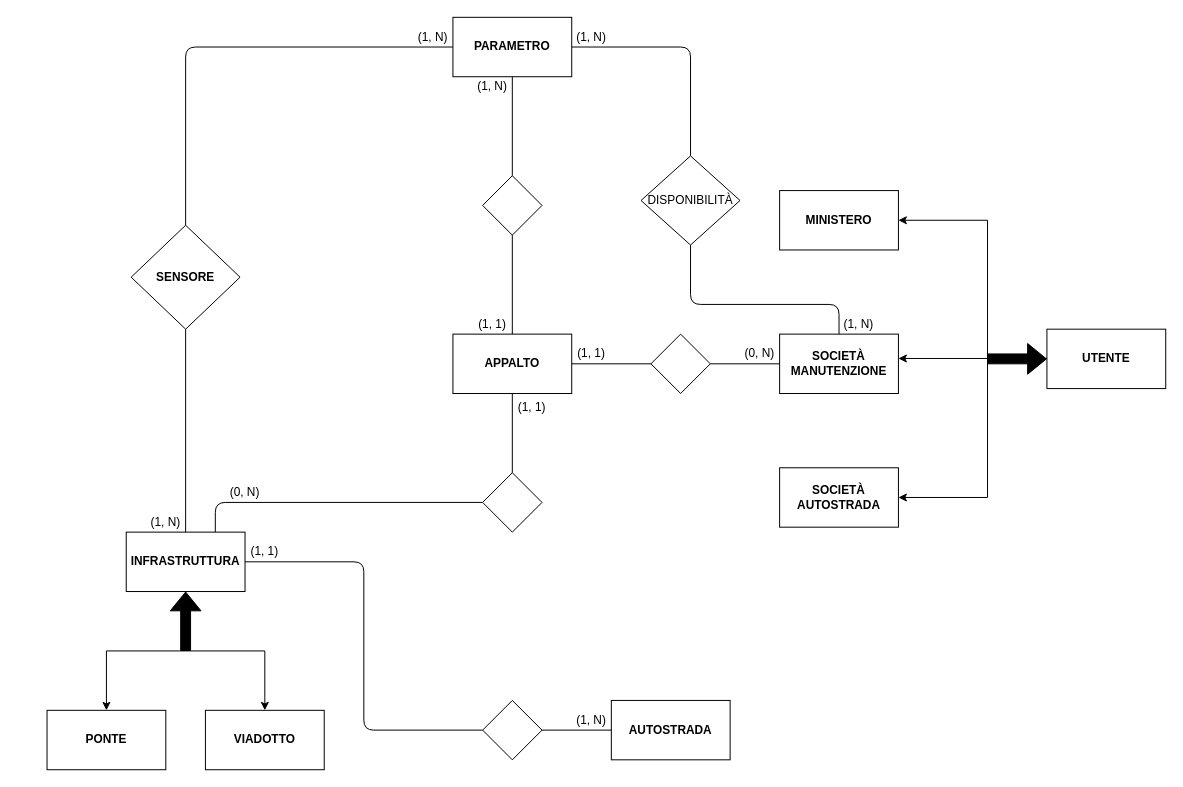
This is schemi/er/ER.drawio from LBartolini/Maturita2021, a draw.io file, before an edit. Source tidied: cells renumbered, new cells numbered last; positions are measured from the earlier drawing's top-left corner, leaving out a move shared by most shapes. Both pictures are drawn from the tidied source at 99%, with x=0, y=0 at pixel (47, 17).
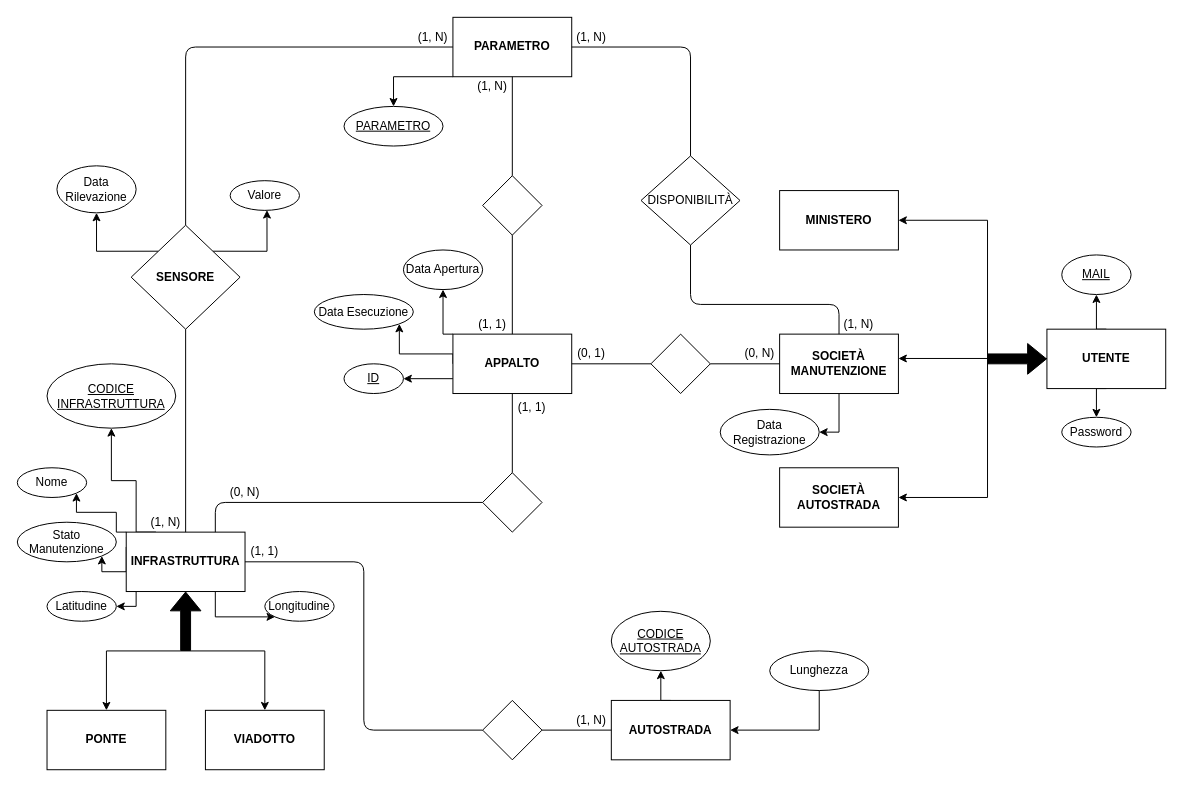
The same page after the edit.

Commit message (it also covers changes not shown here):
aggiunti attributi a schema ER

Unchanged cells that the change refers to:
```xml
<mxCell id="2" style="rounded=0;whiteSpace=wrap;html=1;" parent="1" vertex="1">
  <mxGeometry x="80" y="520" width="120" height="60" as="geometry" />
</mxCell>
<mxCell id="12" style="rounded=0;whiteSpace=wrap;html=1;" parent="1" vertex="1">
  <mxGeometry x="1010" y="315" width="120" height="60" as="geometry" />
</mxCell>
<mxCell id="15" style="rounded=0;whiteSpace=wrap;html=1;comic=0;" parent="1" vertex="1">
  <mxGeometry x="740" y="320" width="120" height="60" as="geometry" />
</mxCell>
<mxCell id="21" value="&lt;b&gt;APPALTO&lt;/b&gt;" style="rounded=0;whiteSpace=wrap;html=1;comic=0;" parent="1" vertex="1">
  <mxGeometry x="410" y="320" width="120" height="60" as="geometry" />
</mxCell>
<mxCell id="22" style="rounded=0;whiteSpace=wrap;html=1;comic=0;" parent="1" vertex="1">
  <mxGeometry x="570" y="690" width="120" height="60" as="geometry" />
</mxCell>
<mxCell id="29" value="&lt;b&gt;PARAMETRO&lt;/b&gt;" style="rounded=0;whiteSpace=wrap;html=1;comic=0;" parent="1" vertex="1">
  <mxGeometry x="410" width="120" height="60" as="geometry" />
</mxCell>
<mxCell id="57" style="rhombus;whiteSpace=wrap;html=1;rounded=0;comic=0;" parent="1" vertex="1">
  <mxGeometry x="85" y="210" width="110" height="105" as="geometry" />
</mxCell>
```

What changed in the source:
```diff
@@
+    <mxCell id="61" style="edgeStyle=orthogonalEdgeStyle;rounded=0;jettySize=auto;html=1;exitX=0;exitY=0;exitDx=0;exitDy=0;entryX=1;entryY=1;entryDx=0;entryDy=0;" parent="1" edge="1" source="2" target="78">
+      <mxGeometry relative="1" as="geometry">
+        <Array as="points">
+          <mxPoint x="70" y="520" />
+          <mxPoint x="70" y="500" />
+          <mxPoint x="30" y="500" />
+        </Array>
+      </mxGeometry>
+    </mxCell>
+    <mxCell id="62" style="edgeStyle=orthogonalEdgeStyle;rounded=0;jettySize=auto;html=1;exitX=0;exitY=0.25;exitDx=0;exitDy=0;entryX=1;entryY=1;entryDx=0;entryDy=0;" parent="1" edge="1" source="2" target="79">
+      <mxGeometry relative="1" as="geometry">
+        <Array as="points">
+          <mxPoint x="80" y="560" />
+          <mxPoint x="55" y="560" />
+        </Array>
+      </mxGeometry>
+    </mxCell>
+    <mxCell id="63" style="edgeStyle=orthogonalEdgeStyle;rounded=0;jettySize=auto;html=1;exitX=0;exitY=1;exitDx=0;exitDy=0;entryX=1;entryY=0.5;entryDx=0;entryDy=0;" parent="1" edge="1" source="2" target="81">
+      <mxGeometry relative="1" as="geometry">
+        <Array as="points">
+          <mxPoint x="90" y="580" />
+          <mxPoint x="90" y="595" />
+        </Array>
+      </mxGeometry>
+    </mxCell>
+    <mxCell id="64" style="edgeStyle=orthogonalEdgeStyle;rounded=0;jettySize=auto;html=1;exitX=0.75;exitY=1;exitDx=0;exitDy=0;entryX=0;entryY=1;entryDx=0;entryDy=0;" parent="1" edge="1" source="2" target="80">
+      <mxGeometry relative="1" as="geometry" />
+    </mxCell>
+    <mxCell id="65" style="edgeStyle=orthogonalEdgeStyle;rounded=0;jettySize=auto;html=1;exitX=0.25;exitY=0;exitDx=0;exitDy=0;entryX=0.5;entryY=1;entryDx=0;entryDy=0;" parent="1" edge="1" source="2" target="82">
+      <mxGeometry relative="1" as="geometry">
+        <Array as="points">
+          <mxPoint x="90" y="520" />
+          <mxPoint x="90" y="468" />
+          <mxPoint x="65" y="468" />
+        </Array>
+      </mxGeometry>
+    </mxCell>
@@
+    <mxCell id="66" style="edgeStyle=orthogonalEdgeStyle;rounded=0;jettySize=auto;html=1;exitX=0.5;exitY=0;exitDx=0;exitDy=0;entryX=0.5;entryY=1;entryDx=0;entryDy=0;" parent="1" edge="1" source="12" target="87">
+      <mxGeometry relative="1" as="geometry" />
+    </mxCell>
+    <mxCell id="67" style="edgeStyle=orthogonalEdgeStyle;rounded=0;jettySize=auto;html=1;exitX=0.5;exitY=1;exitDx=0;exitDy=0;entryX=0.5;entryY=0;entryDx=0;entryDy=0;" parent="1" edge="1" source="12" target="88">
+      <mxGeometry relative="1" as="geometry" />
+    </mxCell>
@@
+    <mxCell id="68" style="edgeStyle=orthogonalEdgeStyle;rounded=0;jettySize=auto;html=1;exitX=0.5;exitY=1;exitDx=0;exitDy=0;entryX=1;entryY=0.5;entryDx=0;entryDy=0;" parent="1" edge="1" source="15" target="89">
+      <mxGeometry relative="1" as="geometry" />
+    </mxCell>
@@
+    <mxCell id="69" style="edgeStyle=orthogonalEdgeStyle;rounded=0;jettySize=auto;html=1;exitX=0;exitY=0.75;exitDx=0;exitDy=0;entryX=1;entryY=0.5;entryDx=0;entryDy=0;" parent="1" edge="1" source="21" target="85">
+      <mxGeometry relative="1" as="geometry" />
+    </mxCell>
+    <mxCell id="70" style="edgeStyle=orthogonalEdgeStyle;rounded=0;jettySize=auto;html=1;exitX=0;exitY=0.5;exitDx=0;exitDy=0;entryX=1;entryY=1;entryDx=0;entryDy=0;" parent="1" edge="1" source="21" target="84">
+      <mxGeometry relative="1" as="geometry">
+        <Array as="points">
+          <mxPoint x="410" y="340" />
+          <mxPoint x="356" y="340" />
+        </Array>
+      </mxGeometry>
+    </mxCell>
+    <mxCell id="71" style="edgeStyle=orthogonalEdgeStyle;rounded=0;jettySize=auto;html=1;exitX=0;exitY=0;exitDx=0;exitDy=0;entryX=0.5;entryY=1;entryDx=0;entryDy=0;" parent="1" edge="1" source="21" target="83">
+      <mxGeometry relative="1" as="geometry">
+        <Array as="points">
+          <mxPoint x="400" y="320" />
+        </Array>
+      </mxGeometry>
+    </mxCell>
@@
+    <mxCell id="72" style="edgeStyle=orthogonalEdgeStyle;rounded=0;jettySize=auto;html=1;exitX=0.5;exitY=0;exitDx=0;exitDy=0;entryX=0.5;entryY=1;entryDx=0;entryDy=0;" parent="1" edge="1" source="22" target="90">
+      <mxGeometry relative="1" as="geometry" />
+    </mxCell>
@@
+    <mxCell id="73" style="edgeStyle=orthogonalEdgeStyle;rounded=0;jettySize=auto;html=1;exitX=0;exitY=1;exitDx=0;exitDy=0;entryX=0.5;entryY=0;entryDx=0;entryDy=0;" parent="1" edge="1" source="29" target="86">
+      <mxGeometry relative="1" as="geometry">
+        <Array as="points">
+          <mxPoint x="350" y="60" />
+        </Array>
+      </mxGeometry>
+    </mxCell>
@@
-    <mxCell id="33" value="(1, 1)" style="text;html=1;strokeColor=none;fillColor=none;align=center;verticalAlign=middle;whiteSpace=wrap;rounded=0;comic=0;" parent="1" vertex="1">
+    <mxCell id="33" value="(0, 1)" style="text;html=1;strokeColor=none;fillColor=none;align=center;verticalAlign=middle;whiteSpace=wrap;rounded=0;comic=0;" parent="1" vertex="1">
       <mxGeometry x="530" y="330" width="40" height="20" as="geometry" />
     </mxCell>
@@
+    <mxCell id="74" style="edgeStyle=orthogonalEdgeStyle;rounded=0;jettySize=auto;html=1;exitX=0;exitY=0;exitDx=0;exitDy=0;entryX=0.5;entryY=1;entryDx=0;entryDy=0;" parent="1" edge="1" source="57" target="77">
+      <mxGeometry relative="1" as="geometry">
+        <Array as="points">
+          <mxPoint x="50" y="236" />
+        </Array>
+      </mxGeometry>
+    </mxCell>
+    <mxCell id="75" style="edgeStyle=orthogonalEdgeStyle;rounded=0;jettySize=auto;html=1;exitX=1;exitY=0;exitDx=0;exitDy=0;entryX=0.531;entryY=0.991;entryDx=0;entryDy=0;entryPerimeter=0;" parent="1" edge="1" source="57" target="76">
+      <mxGeometry relative="1" as="geometry">
+        <Array as="points">
+          <mxPoint x="222" y="236" />
+        </Array>
+      </mxGeometry>
+    </mxCell>
@@
+    <mxCell id="76" value="Valore" style="ellipse;whiteSpace=wrap;html=1;align=center;" parent="1" vertex="1">
+      <mxGeometry x="185" y="165" width="70" height="30" as="geometry" />
+    </mxCell>
+    <mxCell id="77" value="Data Rilevazione" style="ellipse;whiteSpace=wrap;html=1;align=center;" parent="1" vertex="1">
+      <mxGeometry x="10" y="150" width="80" height="47.5" as="geometry" />
+    </mxCell>
+    <mxCell id="78" value="Nome" style="ellipse;whiteSpace=wrap;html=1;align=center;" parent="1" vertex="1">
+      <mxGeometry x="-30" y="455" width="70" height="30" as="geometry" />
+    </mxCell>
+    <mxCell id="79" value="Stato Manutenzione" style="ellipse;whiteSpace=wrap;html=1;align=center;" parent="1" vertex="1">
+      <mxGeometry x="-30" y="510" width="100" height="40" as="geometry" />
+    </mxCell>
+    <mxCell id="80" value="Longitudine" style="ellipse;whiteSpace=wrap;html=1;align=center;" parent="1" vertex="1">
+      <mxGeometry x="220" y="580" width="70" height="30" as="geometry" />
+    </mxCell>
+    <mxCell id="81" value="Latitudine" style="ellipse;whiteSpace=wrap;html=1;align=center;" parent="1" vertex="1">
+      <mxGeometry y="580" width="70" height="30" as="geometry" />
+    </mxCell>
+    <mxCell id="82" value="CODICE INFRASTRUTTURA" style="ellipse;whiteSpace=wrap;html=1;align=center;fontStyle=4;" parent="1" vertex="1">
+      <mxGeometry y="350" width="130" height="65" as="geometry" />
+    </mxCell>
+    <mxCell id="83" value="Data Apertura" style="ellipse;whiteSpace=wrap;html=1;align=center;" parent="1" vertex="1">
+      <mxGeometry x="360" y="235" width="80" height="40" as="geometry" />
+    </mxCell>
+    <mxCell id="84" value="Data Esecuzione" style="ellipse;whiteSpace=wrap;html=1;align=center;" parent="1" vertex="1">
+      <mxGeometry x="270" y="280" width="100" height="35" as="geometry" />
+    </mxCell>
+    <mxCell id="85" value="ID" style="ellipse;whiteSpace=wrap;html=1;align=center;fontStyle=4;" parent="1" vertex="1">
+      <mxGeometry x="300" y="350" width="60" height="30" as="geometry" />
+    </mxCell>
+    <mxCell id="86" value="PARAMETRO" style="ellipse;whiteSpace=wrap;html=1;align=center;fontStyle=4;" parent="1" vertex="1">
+      <mxGeometry x="300" y="90" width="100" height="40" as="geometry" />
+    </mxCell>
+    <mxCell id="87" value="MAIL" style="ellipse;whiteSpace=wrap;html=1;align=center;fontStyle=4;" parent="1" vertex="1">
+      <mxGeometry x="1025" y="240" width="70" height="40" as="geometry" />
+    </mxCell>
+    <mxCell id="88" value="Password" style="ellipse;whiteSpace=wrap;html=1;align=center;" parent="1" vertex="1">
+      <mxGeometry x="1025" y="404" width="70" height="30" as="geometry" />
+    </mxCell>
+    <mxCell id="89" value="Data Registrazione" style="ellipse;whiteSpace=wrap;html=1;align=center;" parent="1" vertex="1">
+      <mxGeometry x="680" y="396" width="100" height="46" as="geometry" />
+    </mxCell>
+    <mxCell id="90" value="CODICE AUTOSTRADA" style="ellipse;whiteSpace=wrap;html=1;align=center;fontStyle=4;" parent="1" vertex="1">
+      <mxGeometry x="570" y="600" width="100" height="60" as="geometry" />
+    </mxCell>
+    <mxCell id="91" style="edgeStyle=orthogonalEdgeStyle;rounded=0;jettySize=auto;html=1;exitX=0.5;exitY=1;exitDx=0;exitDy=0;entryX=1;entryY=0.5;entryDx=0;entryDy=0;" parent="1" edge="1" source="92" target="22">
+      <mxGeometry relative="1" as="geometry" />
+    </mxCell>
+    <mxCell id="92" value="Lunghezza" style="ellipse;whiteSpace=wrap;html=1;align=center;" parent="1" vertex="1">
+      <mxGeometry x="730" y="640" width="100" height="40" as="geometry" />
+    </mxCell>
```
